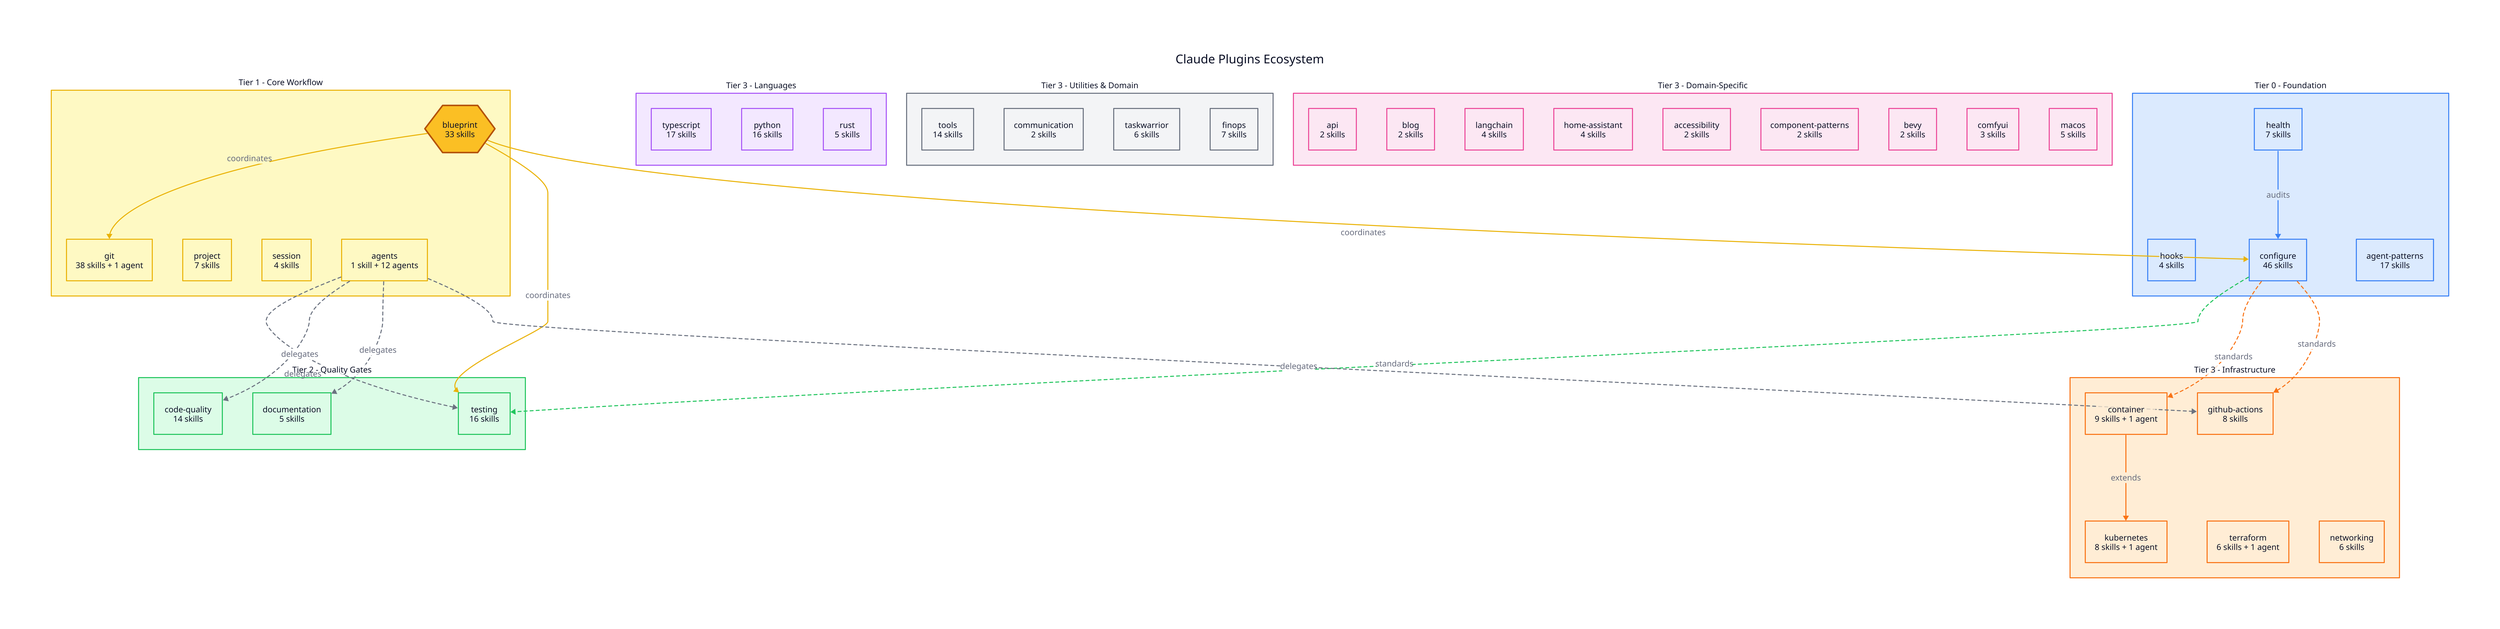
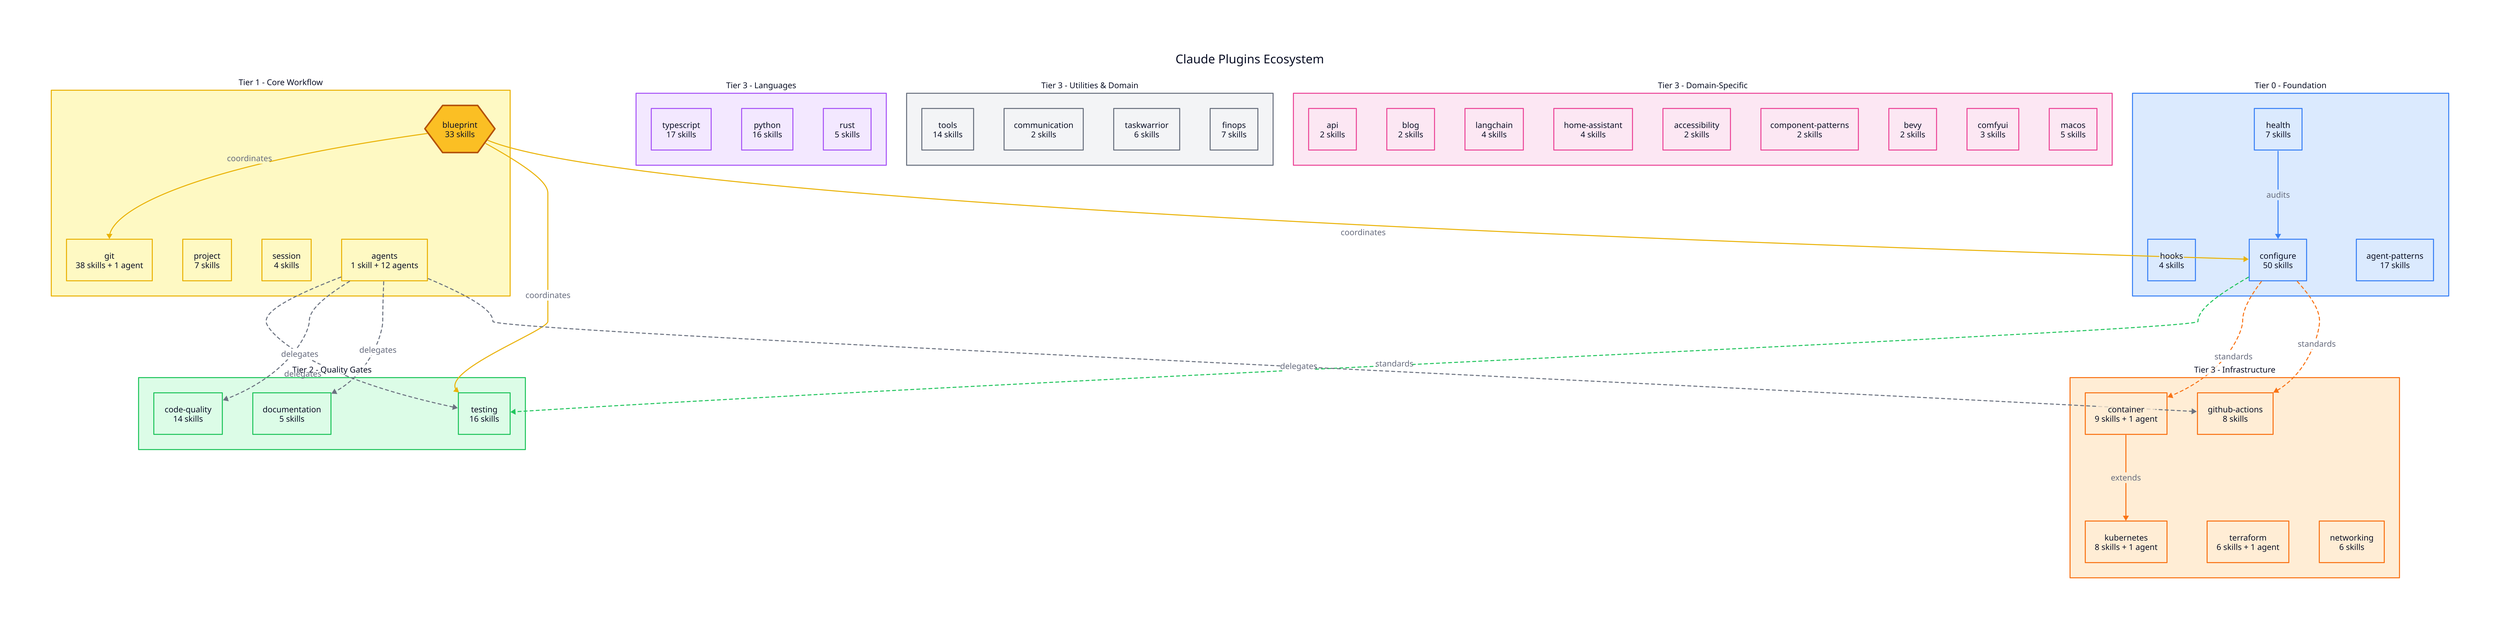
direction: down

title: "Claude Plugins Ecosystem" {
  near: top-center
  shape: text
  style: {
    font-size: 24
    bold: true
  }
}

# === CLASSES ===
classes: {
  foundation: {
    style.fill: "#dbeafe"
    style.stroke: "#3b82f6"
  }
  core: {
    style.fill: "#fef9c3"
    style.stroke: "#eab308"
  }
  quality: {
    style.fill: "#dcfce7"
    style.stroke: "#22c55e"
  }
  language: {
    style.fill: "#f3e8ff"
    style.stroke: "#a855f7"
  }
  infra: {
    style.fill: "#ffedd5"
    style.stroke: "#f97316"
  }
  utility: {
    style.fill: "#f3f4f6"
    style.stroke: "#6b7280"
  }
  domain: {
    style.fill: "#fce7f3"
    style.stroke: "#ec4899"
  }
}

# === TIER 0: FOUNDATION ===
foundation: {
  label: "Tier 0 - Foundation"
  class: foundation
  style.font-size: 16
  style.bold: true

  health: {
    label: "health\n7 skills"
    shape: rectangle
    class: foundation
  }
  hooks: {
    label: "hooks\n4 skills"
    shape: rectangle
    class: foundation
  }
  configure: {
-     label: "configure\n46 skills"
+     label: "configure\n50 skills"
    shape: rectangle
    class: foundation
  }
  agent-patterns: {
    label: "agent-patterns\n17 skills"
    shape: rectangle
    class: foundation
  }
}

# === TIER 1: CORE WORKFLOW ===
core: {
  label: "Tier 1 - Core Workflow"
  class: core
  style.font-size: 16
  style.bold: true

  blueprint: {
    label: "blueprint\n33 skills"
    shape: hexagon
    style.fill: "#fbbf24"
    style.stroke: "#b45309"
    style.stroke-width: 3
  }
  git: {
    label: "git\n38 skills + 1 agent"
    shape: rectangle
    class: core
  }
  project: {
    label: "project\n7 skills"
    shape: rectangle
    class: core
  }
  session: {
    label: "session\n4 skills"
    shape: rectangle
    class: core
  }
  agents: {
    label: "agents\n1 skill + 12 agents"
    shape: rectangle
    class: core
  }
}

# === TIER 2: QUALITY GATES ===
quality: {
  label: "Tier 2 - Quality Gates"
  class: quality
  style.font-size: 16
  style.bold: true

  testing: {
    label: "testing\n16 skills"
    shape: rectangle
    class: quality
  }
  code-quality: {
    label: "code-quality\n14 skills"
    shape: rectangle
    class: quality
  }
  documentation: {
    label: "documentation\n5 skills"
    shape: rectangle
    class: quality
  }
}

# === TIER 3: LANGUAGE ===
language: {
  label: "Tier 3 - Languages"
  class: language
  style.font-size: 16
  style.bold: true

  typescript: {
    label: "typescript\n17 skills"
    shape: rectangle
    class: language
  }
  python: {
    label: "python\n16 skills"
    shape: rectangle
    class: language
  }
  rust: {
    label: "rust\n5 skills"
    shape: rectangle
    class: language
  }
}

# === TIER 3: INFRASTRUCTURE ===
infra: {
  label: "Tier 3 - Infrastructure"
  class: infra
  style.font-size: 16
  style.bold: true

  container: {
    label: "container\n9 skills + 1 agent"
    shape: rectangle
    class: infra
  }
  kubernetes: {
    label: "kubernetes\n8 skills + 1 agent"
    shape: rectangle
    class: infra
  }
  terraform: {
    label: "terraform\n6 skills + 1 agent"
    shape: rectangle
    class: infra
  }
  github-actions: {
    label: "github-actions\n8 skills"
    shape: rectangle
    class: infra
  }
  networking: {
    label: "networking\n6 skills"
    shape: rectangle
    class: infra
  }
}

# === TIER 3: UTILITIES & DOMAIN ===
utilities: {
  label: "Tier 3 - Utilities & Domain"
  class: utility
  style.font-size: 16
  style.bold: true

  tools: {
    label: "tools\n14 skills"
    shape: rectangle
    class: utility
  }
  communication: {
    label: "communication\n2 skills"
    shape: rectangle
    class: utility
  }
  taskwarrior: {
    label: "taskwarrior\n6 skills"
    shape: rectangle
    class: utility
  }
  finops: {
    label: "finops\n7 skills"
    shape: rectangle
    class: utility
  }
}

domain: {
  label: "Tier 3 - Domain-Specific"
  class: domain
  style.font-size: 16
  style.bold: true

  api: {
    label: "api\n2 skills"
    shape: rectangle
    class: domain
  }
  blog: {
    label: "blog\n2 skills"
    shape: rectangle
    class: domain
  }
  langchain: {
    label: "langchain\n4 skills"
    shape: rectangle
    class: domain
  }
  home-assistant: {
    label: "home-assistant\n4 skills"
    shape: rectangle
    class: domain
  }
  accessibility: {
    label: "accessibility\n2 skills"
    shape: rectangle
    class: domain
  }
  component-patterns: {
    label: "component-patterns\n2 skills"
    shape: rectangle
    class: domain
  }
  bevy: {
    label: "bevy\n2 skills"
    shape: rectangle
    class: domain
  }
  comfyui: {
    label: "comfyui\n3 skills"
    shape: rectangle
    class: domain
  }
  macos: {
    label: "macos\n5 skills"
    shape: rectangle
    class: domain
  }
}

# === RELATIONSHIPS ===

# Foundation flows
foundation.health -> foundation.configure: "audits" {
  style.stroke: "#3b82f6"
}

# Configure provides standards for
foundation.configure -> quality.testing: "standards" {
  style.stroke: "#22c55e"
  style.stroke-dash: 3
}
foundation.configure -> infra.container: "standards" {
  style.stroke: "#f97316"
  style.stroke-dash: 3
}
foundation.configure -> infra.github-actions: "standards" {
  style.stroke: "#f97316"
  style.stroke-dash: 3
}

# Blueprint coordinates
core.blueprint -> core.git: "coordinates" {
  style.stroke: "#eab308"
}
core.blueprint -> quality.testing: "coordinates" {
  style.stroke: "#eab308"
}
core.blueprint -> foundation.configure: "coordinates" {
  style.stroke: "#eab308"
}

# Agents delegate to
core.agents -> quality.testing: "delegates" {
  style.stroke: "#6b7280"
  style.stroke-dash: 3
}
core.agents -> quality.code-quality: "delegates" {
  style.stroke: "#6b7280"
  style.stroke-dash: 3
}
core.agents -> quality.documentation: "delegates" {
  style.stroke: "#6b7280"
  style.stroke-dash: 3
}
core.agents -> infra.github-actions: "delegates" {
  style.stroke: "#6b7280"
  style.stroke-dash: 3
}

# Infrastructure extends
infra.container -> infra.kubernetes: "extends" {
  style.stroke: "#f97316"
}
